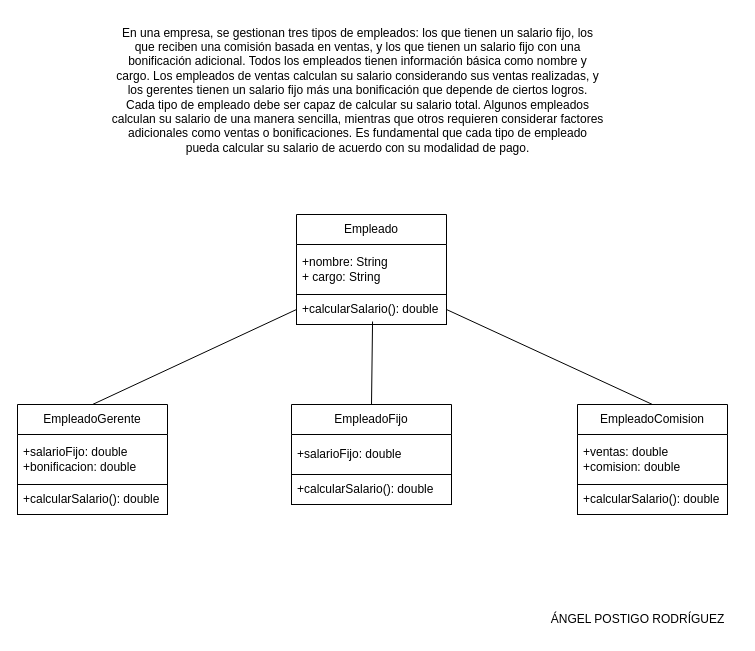
Earlier version of the draw.io diagram page "Página-2" (2 of 10) of Ej1-APR.drawio (AngelPostigo27/ENTORNO-DE-DESARROLLO). Source tidied: cells renumbered, new cells numbered last; positions are measured from the earlier drawing's top-left corner, leaving out a move shared by most shapes. Both pictures are drawn from the tidied source at 100%, with x=0, y=0 at pixel (17, 17).
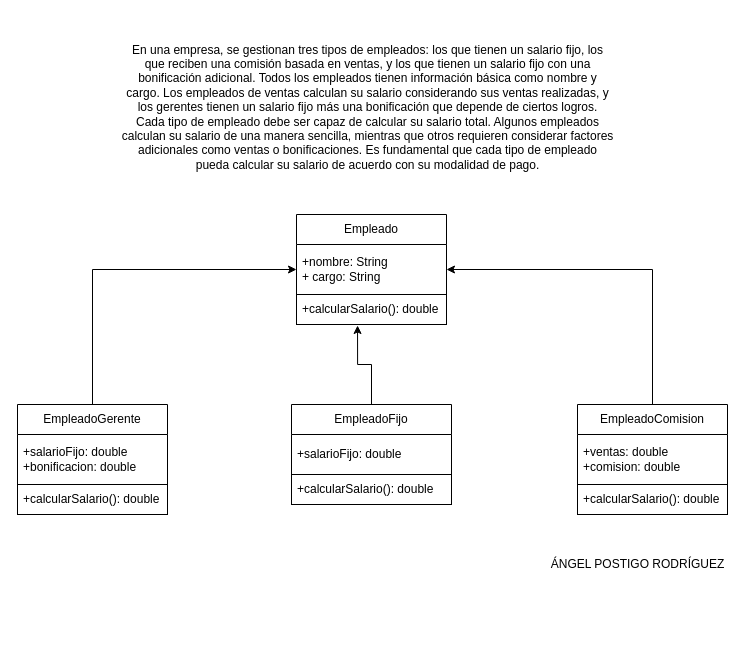
After the change.

The edit, as a diff of the source:
```diff
@@
 <mxGraphModel>
   <root>
     <mxCell id="0" />
     <mxCell id="1" parent="0" />
     <mxCell id="2" value="En una empresa, se gestionan tres tipos de empleados: los que tienen un salario fijo, los&lt;br/&gt;que reciben una comisión basada en ventas, y los que tienen un salario fijo con una&lt;br/&gt;bonificación adicional. Todos los empleados tienen información básica como nombre y&lt;br/&gt;cargo. Los empleados de ventas calculan su salario considerando sus ventas realizadas, y&lt;br/&gt;los gerentes tienen un salario fijo más una bonificación que depende de ciertos logros.&lt;br/&gt;Cada tipo de empleado debe ser capaz de calcular su salario total. Algunos empleados&lt;br/&gt;calculan su salario de una manera sencilla, mientras que otros requieren considerar factores&lt;br/&gt;adicionales como ventas o bonificaciones. Es fundamental que cada tipo de empleado&lt;br/&gt;pueda calcular su salario de acuerdo con su modalidad de pago.&lt;br/&gt;&lt;div&gt;&lt;br&gt;&lt;/div&gt;" style="text;html=1;align=center;verticalAlign=middle;strokeColor=none;fillColor=none;" parent="1" vertex="1">
-      <mxGeometry x="80" width="520" height="160" as="geometry" />
+      <mxGeometry x="90" y="17" width="520" height="160" as="geometry" />
     </mxCell>
     <mxCell id="3" value="Empleado" style="swimlane;fontStyle=0;horizontal=1;startSize=30;whiteSpace=wrap;html=1;" parent="1" vertex="1">
       <mxGeometry x="279" y="197" width="150" height="110" as="geometry" />
     </mxCell>
     <mxCell id="4" value="+nombre: String&lt;div&gt;+ cargo: String&lt;/div&gt;" style="text;strokeColor=none;fillColor=none;align=left;verticalAlign=middle;spacingLeft=4;spacingRight=4;overflow=hidden;points=[[0,0.5],[1,0.5]];portConstraint=eastwest;whiteSpace=wrap;html=1;" parent="3" vertex="1">
       <mxGeometry y="30" width="150" height="50" as="geometry" />
     </mxCell>
     <mxCell id="5" value="+calcularSalario(): double" style="text;strokeColor=default;fillColor=none;align=left;verticalAlign=middle;spacingLeft=4;spacingRight=4;overflow=hidden;points=[[0,0.5],[1,0.5]];portConstraint=eastwest;whiteSpace=wrap;html=1;" parent="3" vertex="1">
       <mxGeometry y="80" width="150" height="30" as="geometry" />
     </mxCell>
+    <mxCell id="19" style="edgeStyle=orthogonalEdgeStyle;rounded=0;jettySize=auto;html=1;exitX=0.5;exitY=0;exitDx=0;exitDy=0;entryX=0;entryY=0.5;entryDx=0;entryDy=0;" parent="1" edge="1" source="6" target="4">
+      <mxGeometry relative="1" as="geometry" />
+    </mxCell>
     <mxCell id="6" value="EmpleadoGerente" style="swimlane;fontStyle=0;horizontal=1;startSize=30;whiteSpace=wrap;html=1;" parent="1" vertex="1">
       <mxGeometry y="387" width="150" height="110" as="geometry" />
     </mxCell>
     <mxCell id="7" value="+salarioFijo: double&lt;div&gt;+bonificacion: double&lt;/div&gt;" style="text;strokeColor=none;fillColor=none;align=left;verticalAlign=middle;spacingLeft=4;spacingRight=4;overflow=hidden;whiteSpace=wrap;html=1;" parent="6" vertex="1">
       <mxGeometry y="30" width="150" height="50" as="geometry" />
     </mxCell>
     <mxCell id="8" value="+calcularSalario(): double" style="text;strokeColor=default;fillColor=none;align=left;verticalAlign=middle;spacingLeft=4;spacingRight=4;overflow=hidden;whiteSpace=wrap;html=1;" parent="6" vertex="1">
       <mxGeometry y="80" width="150" height="30" as="geometry" />
     </mxCell>
     <mxCell id="9" value="EmpleadoFijo" style="swimlane;fontStyle=0;horizontal=1;startSize=30;whiteSpace=wrap;html=1;" parent="1" vertex="1">
       <mxGeometry x="274" y="387" width="160" height="100" as="geometry" />
     </mxCell>
     <mxCell id="10" value="+salarioFijo: double" style="text;strokeColor=none;fillColor=none;align=left;verticalAlign=middle;spacingLeft=4;spacingRight=4;overflow=hidden;whiteSpace=wrap;html=1;" parent="9" vertex="1">
       <mxGeometry y="30" width="160" height="40" as="geometry" />
     </mxCell>
     <mxCell id="11" value="+calcularSalario(): double" style="text;strokeColor=default;fillColor=none;align=left;verticalAlign=middle;spacingLeft=4;spacingRight=4;overflow=hidden;whiteSpace=wrap;html=1;" parent="9" vertex="1">
       <mxGeometry y="70" width="160" height="30" as="geometry" />
     </mxCell>
+    <mxCell id="20" style="edgeStyle=orthogonalEdgeStyle;rounded=0;jettySize=auto;html=1;exitX=0.5;exitY=0;exitDx=0;exitDy=0;entryX=1;entryY=0.5;entryDx=0;entryDy=0;" parent="1" edge="1" source="12" target="4">
+      <mxGeometry relative="1" as="geometry" />
+    </mxCell>
     <mxCell id="12" value="EmpleadoComision" style="swimlane;fontStyle=0;horizontal=1;startSize=30;whiteSpace=wrap;html=1;" parent="1" vertex="1">
       <mxGeometry x="560" y="387" width="150" height="110" as="geometry" />
     </mxCell>
     <mxCell id="13" value="+ventas: double&lt;div&gt;+comision: double&lt;/div&gt;" style="text;strokeColor=none;fillColor=none;align=left;verticalAlign=middle;spacingLeft=4;spacingRight=4;overflow=hidden;whiteSpace=wrap;html=1;" parent="12" vertex="1">
       <mxGeometry y="30" width="150" height="50" as="geometry" />
     </mxCell>
     <mxCell id="14" value="+calcularSalario(): double" style="text;strokeColor=default;fillColor=none;align=left;verticalAlign=middle;spacingLeft=4;spacingRight=4;overflow=hidden;whiteSpace=wrap;html=1;" parent="12" vertex="1">
       <mxGeometry y="80" width="150" height="30" as="geometry" />
     </mxCell>
-    <mxCell id="15" style="endArrow=none;html=1;rounded=0;entryX=0;entryY=0.5;entryDx=0;entryDy=0;exitX=0.5;exitY=0;exitDx=0;exitDy=0;" parent="1" edge="1" source="6" target="5">
-      <mxGeometry relative="1" as="geometry" />
-    </mxCell>
+    <mxCell id="18" value="ÁNGEL POSTIGO RODRÍGUEZ" style="text;html=1;align=center;verticalAlign=middle;strokeColor=none;fillColor=none;" parent="1" vertex="1">
+      <mxGeometry x="520" y="532" width="200" height="30" as="geometry" />
+    </mxCell>
-    <mxCell id="16" style="endArrow=none;html=1;rounded=0;entryX=0.507;entryY=0.9;entryDx=0;entryDy=0;entryPerimeter=0;exitX=0.5;exitY=0;exitDx=0;exitDy=0;" parent="1" edge="1" source="9" target="5">
+    <mxCell id="16" style="edgeStyle=orthogonalEdgeStyle;rounded=0;jettySize=auto;html=1;exitX=0.5;exitY=0;exitDx=0;exitDy=0;entryX=0.407;entryY=1.033;entryDx=0;entryDy=0;entryPerimeter=0;" parent="1" edge="1" source="9" target="5">
       <mxGeometry relative="1" as="geometry" />
     </mxCell>
-    <mxCell id="17" style="endArrow=none;html=1;rounded=0;entryX=1;entryY=0.5;entryDx=0;entryDy=0;exitX=0.5;exitY=0;exitDx=0;exitDy=0;" parent="1" edge="1" source="12" target="5">
-      <mxGeometry relative="1" as="geometry" />
-    </mxCell>
-    <mxCell id="18" value="ÁNGEL POSTIGO RODRÍGUEZ" style="text;html=1;align=center;verticalAlign=middle;strokeColor=none;fillColor=none;" parent="1" vertex="1">
-      <mxGeometry x="520" y="587" width="200" height="30" as="geometry" />
-    </mxCell>
   </root>
 </mxGraphModel>
```
